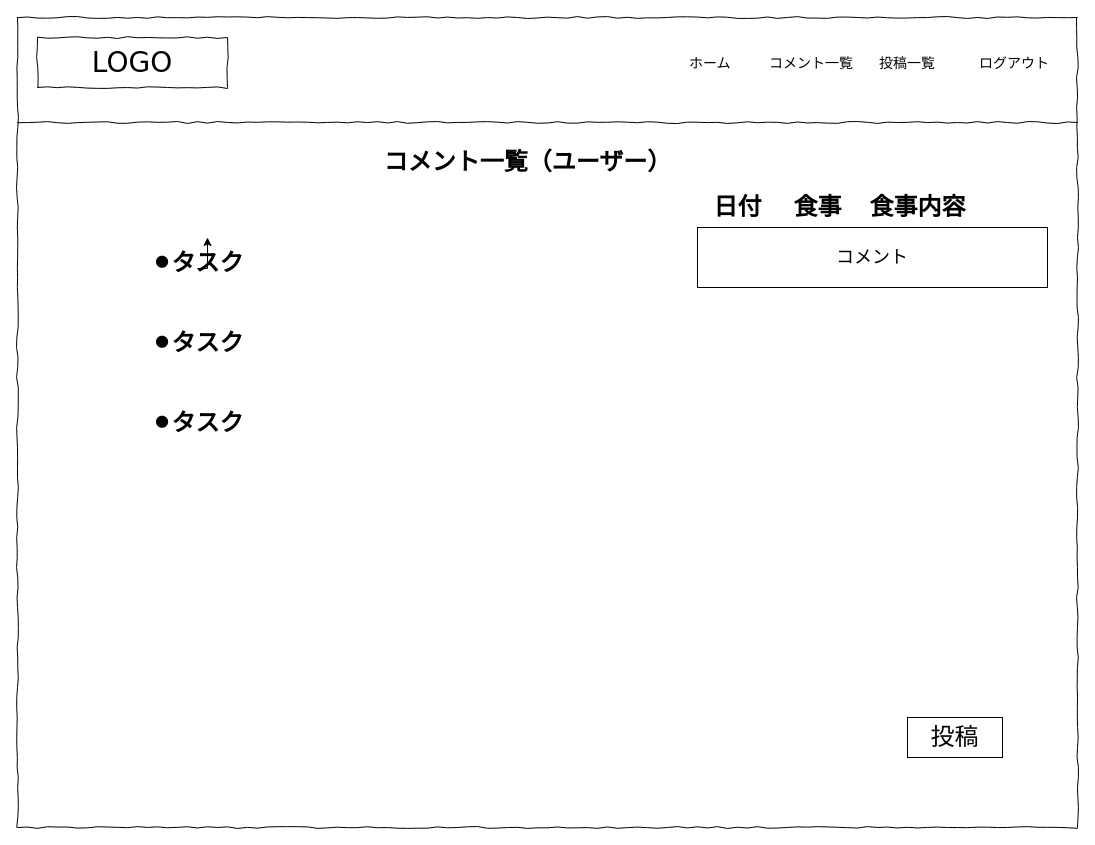
Earlier version of the draw.io diagram page "投稿一覧" (6 of 6) of 名称未設定ファイル.drawio (vermouthA28/-Meal_guidance_todo). Source tidied: cells renumbered, new cells numbered last; positions are measured from the earlier drawing's top-left corner, leaving out a move shared by most shapes. Both pictures are drawn from the tidied source at 100%, with x=0, y=0 at pixel (17, 17).
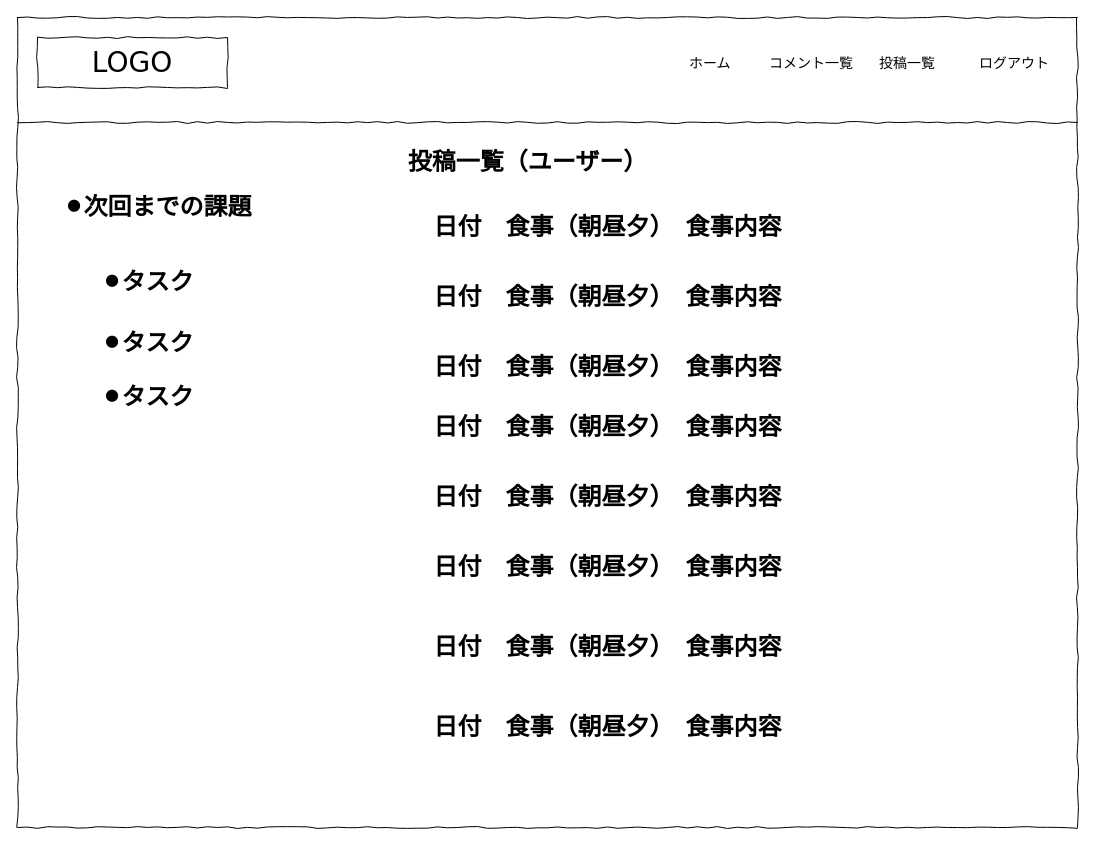
The same page after the edit.

The edit, as a diff of the source:
```diff
@@
-    <mxCell id="8" value="コメント一覧（ユーザー）" style="text;strokeColor=none;fillColor=none;html=1;fontSize=24;fontStyle=1;verticalAlign=middle;align=center;" parent="1" vertex="1">
+    <mxCell id="8" value="投稿一覧（ユーザー）" style="text;strokeColor=none;fillColor=none;html=1;fontSize=24;fontStyle=1;verticalAlign=middle;align=center;" parent="1" vertex="1">
       <mxGeometry x="460" y="100" width="100" height="90" as="geometry" />
     </mxCell>
     <mxCell id="9" value="&lt;br&gt;⚫︎タスク" style="text;strokeColor=none;fillColor=none;html=1;fontSize=24;fontStyle=1;verticalAlign=middle;align=center;" parent="1" vertex="1">
-      <mxGeometry x="130" y="210" width="100" height="41" as="geometry" />
+      <mxGeometry x="80" y="229" width="100" height="41" as="geometry" />
     </mxCell>
     <mxCell id="10" value="&lt;br&gt;⚫︎タスク" style="text;strokeColor=none;fillColor=none;html=1;fontSize=24;fontStyle=1;verticalAlign=middle;align=center;" parent="1" vertex="1">
-      <mxGeometry x="130" y="290" width="100" height="41" as="geometry" />
+      <mxGeometry x="80" y="290" width="100" height="41" as="geometry" />
     </mxCell>
     <mxCell id="11" value="&lt;br&gt;⚫︎タスク" style="text;strokeColor=none;fillColor=none;html=1;fontSize=24;fontStyle=1;verticalAlign=middle;align=center;" parent="1" vertex="1">
-      <mxGeometry x="130" y="370" width="100" height="41" as="geometry" />
+      <mxGeometry x="80" y="344" width="100" height="41" as="geometry" />
     </mxCell>
-    <mxCell id="12" style="edgeStyle=orthogonalEdgeStyle;rounded=0;orthogonalLoop=1;jettySize=auto;html=1;exitX=0.5;exitY=1;exitDx=0;exitDy=0;entryX=0.6;entryY=0.244;entryDx=0;entryDy=0;entryPerimeter=0;" parent="1" edge="1" source="9" target="9">
-      <mxGeometry relative="1" as="geometry" />
-    </mxCell>
-    <mxCell id="13" value="日付" style="text;strokeColor=none;fillColor=none;html=1;fontSize=24;fontStyle=1;verticalAlign=middle;align=center;" parent="1" vertex="1">
-      <mxGeometry x="670" y="170" width="100" height="40" as="geometry" />
-    </mxCell>
-    <mxCell id="14" value="食事" style="text;strokeColor=none;fillColor=none;html=1;fontSize=24;fontStyle=1;verticalAlign=middle;align=center;" parent="1" vertex="1">
-      <mxGeometry x="750" y="170" width="100" height="40" as="geometry" />
-    </mxCell>
-    <mxCell id="15" value="食事内容" style="text;strokeColor=none;fillColor=none;html=1;fontSize=24;fontStyle=1;verticalAlign=middle;align=center;" parent="1" vertex="1">
-      <mxGeometry x="850" y="170" width="100" height="40" as="geometry" />
-    </mxCell>
-    <mxCell id="16" value="&lt;font style=&quot;font-size: 24px;&quot;&gt;投稿&lt;/font&gt;" style="rounded=0;whiteSpace=wrap;html=1;" parent="1" vertex="1">
-      <mxGeometry x="890" y="700" width="95" height="40" as="geometry" />
-    </mxCell>
@@
-    <mxCell id="18" value="&lt;font style=&quot;font-size: 18px;&quot;&gt;コメント&lt;/font&gt;" style="rounded=0;whiteSpace=wrap;html=1;" parent="1" vertex="1">
-      <mxGeometry x="680" y="210" width="350" height="60" as="geometry" />
-    </mxCell>
+    <mxCell id="19" value="⚫︎次回までの課題" style="text;strokeColor=none;fillColor=none;html=1;fontSize=24;fontStyle=1;verticalAlign=middle;align=center;" parent="1" vertex="1">
+      <mxGeometry x="90" y="170" width="100" height="40" as="geometry" />
+    </mxCell>
+    <mxCell id="20" value="日付　食事（朝昼夕）　食事内容" style="text;strokeColor=none;fillColor=none;html=1;fontSize=24;fontStyle=1;verticalAlign=middle;align=center;" parent="1" vertex="1">
+      <mxGeometry x="540" y="190" width="100" height="40" as="geometry" />
+    </mxCell>
+    <mxCell id="21" value="日付　食事（朝昼夕）　食事内容" style="text;strokeColor=none;fillColor=none;html=1;fontSize=24;fontStyle=1;verticalAlign=middle;align=center;" parent="1" vertex="1">
+      <mxGeometry x="540" y="260" width="100" height="40" as="geometry" />
+    </mxCell>
+    <mxCell id="22" value="日付　食事（朝昼夕）　食事内容" style="text;strokeColor=none;fillColor=none;html=1;fontSize=24;fontStyle=1;verticalAlign=middle;align=center;" parent="1" vertex="1">
+      <mxGeometry x="540" y="330" width="100" height="40" as="geometry" />
+    </mxCell>
+    <mxCell id="23" value="日付　食事（朝昼夕）　食事内容" style="text;strokeColor=none;fillColor=none;html=1;fontSize=24;fontStyle=1;verticalAlign=middle;align=center;" parent="1" vertex="1">
+      <mxGeometry x="540" y="390" width="100" height="40" as="geometry" />
+    </mxCell>
+    <mxCell id="24" value="日付　食事（朝昼夕）　食事内容" style="text;strokeColor=none;fillColor=none;html=1;fontSize=24;fontStyle=1;verticalAlign=middle;align=center;" parent="1" vertex="1">
+      <mxGeometry x="540" y="460" width="100" height="40" as="geometry" />
+    </mxCell>
+    <mxCell id="25" value="日付　食事（朝昼夕）　食事内容" style="text;strokeColor=none;fillColor=none;html=1;fontSize=24;fontStyle=1;verticalAlign=middle;align=center;" parent="1" vertex="1">
+      <mxGeometry x="540" y="530" width="100" height="40" as="geometry" />
+    </mxCell>
+    <mxCell id="26" value="日付　食事（朝昼夕）　食事内容" style="text;strokeColor=none;fillColor=none;html=1;fontSize=24;fontStyle=1;verticalAlign=middle;align=center;" parent="1" vertex="1">
+      <mxGeometry x="540" y="610" width="100" height="40" as="geometry" />
+    </mxCell>
+    <mxCell id="27" value="日付　食事（朝昼夕）　食事内容" style="text;strokeColor=none;fillColor=none;html=1;fontSize=24;fontStyle=1;verticalAlign=middle;align=center;" parent="1" vertex="1">
+      <mxGeometry x="540" y="690" width="100" height="40" as="geometry" />
+    </mxCell>
```
